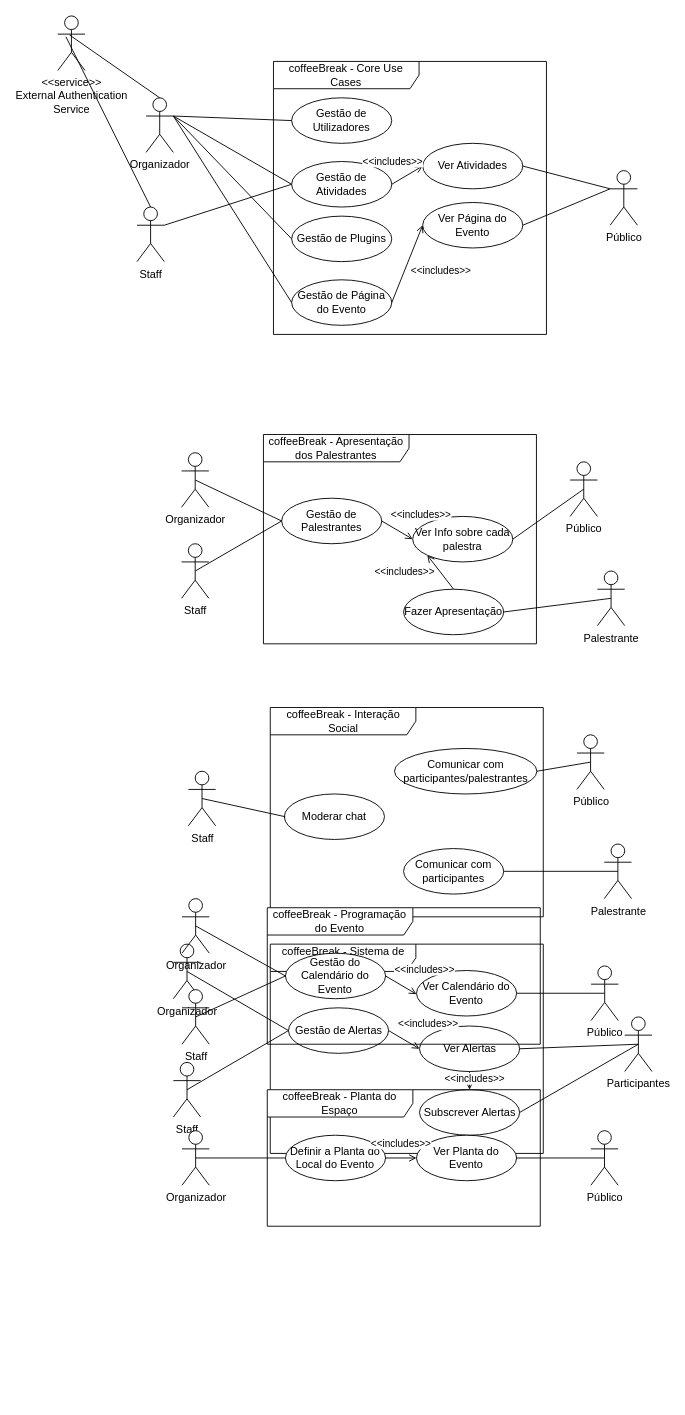
This is coffeeBreak.drawio from PI-coffeeBreak/diagrams, a draw.io file, before an edit. Source tidied: cells renumbered, new cells numbered last; positions are measured from the earlier drawing's top-left corner, leaving out a move shared by most shapes. Both pictures are drawn from the tidied source at 91%, with x=0, y=0 at pixel (57, 15).
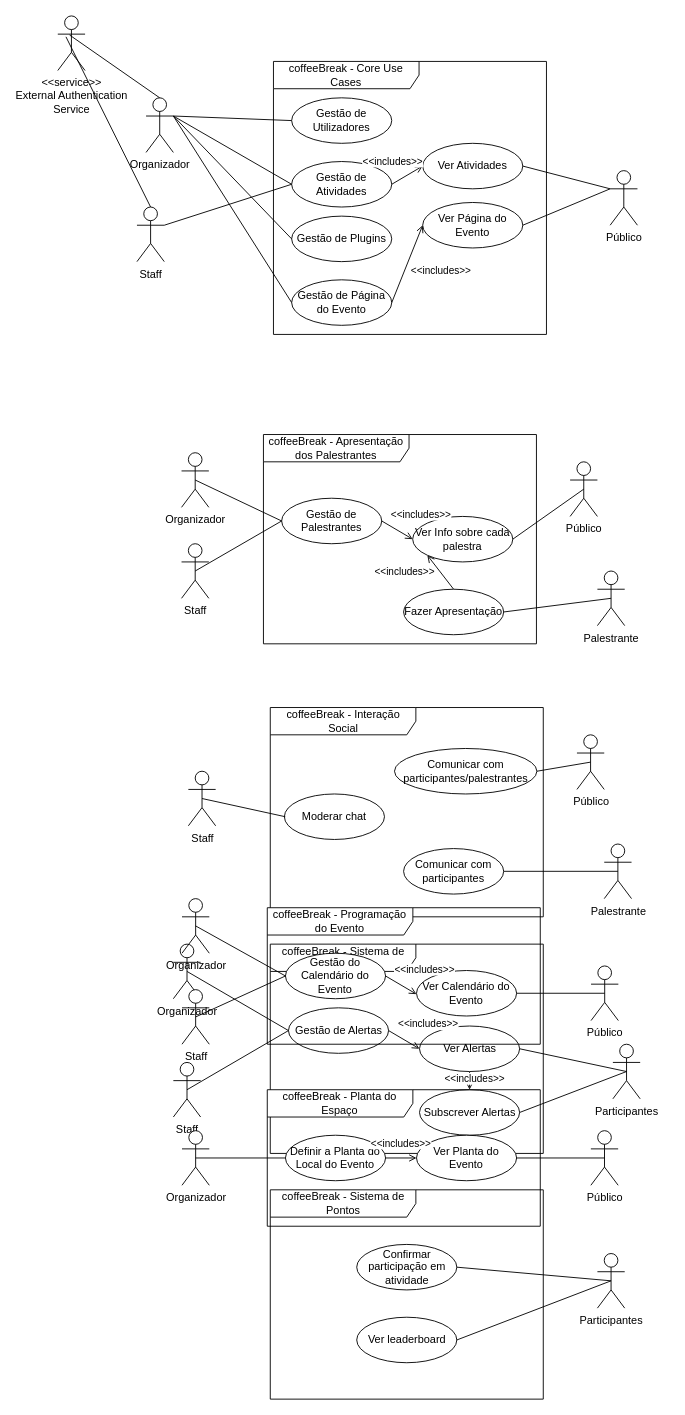
The same page after the edit.

Commit message:
Add sistema de pontos

Change to the diagram source:
```diff
@@
     <mxCell id="63" value="Participantes" style="shape=umlActor;verticalLabelPosition=bottom;verticalAlign=top;html=1;" parent="1" vertex="1">
-      <mxGeometry x="623" y="1100" width="30" height="60" as="geometry" />
+      <mxGeometry x="610" y="1130" width="30" height="60" as="geometry" />
     </mxCell>
@@
+    <mxCell id="87" value="coffeeBreak - Sistema de Pontos" style="shape=umlFrame;whiteSpace=wrap;html=1;width=160;" parent="1" vertex="1">
+      <mxGeometry x="233.5" y="1290" width="300" height="230" as="geometry" />
+    </mxCell>
+    <mxCell id="88" value="Confirmar participação em atividade" style="ellipse;whiteSpace=wrap;html=1;" parent="87" vertex="1">
+      <mxGeometry x="95" y="60" width="110" height="50" as="geometry" />
+    </mxCell>
+    <mxCell id="89" value="Ver leaderboard" style="ellipse;whiteSpace=wrap;html=1;" parent="87" vertex="1">
+      <mxGeometry x="95" y="140" width="110" height="50" as="geometry" />
+    </mxCell>
@@
+    <mxCell id="90" value="Participantes" style="shape=umlActor;verticalLabelPosition=bottom;verticalAlign=top;html=1;" parent="1" vertex="1">
+      <mxGeometry x="593" y="1360" width="30" height="60" as="geometry" />
+    </mxCell>
@@
+    <mxCell id="91" style="endArrow=none;html=1;rounded=0;exitX=1;exitY=0.5;exitDx=0;exitDy=0;entryX=0.5;entryY=0.5;entryDx=0;entryDy=0;entryPerimeter=0;" parent="1" edge="1" source="88" target="90">
+      <mxGeometry relative="1" as="geometry" />
+    </mxCell>
@@
+    <mxCell id="92" style="endArrow=none;html=1;rounded=0;entryX=0.5;entryY=0.5;entryDx=0;entryDy=0;entryPerimeter=0;exitX=1;exitY=0.5;exitDx=0;exitDy=0;" parent="1" edge="1" source="89" target="90">
+      <mxGeometry relative="1" as="geometry" />
+    </mxCell>
```
